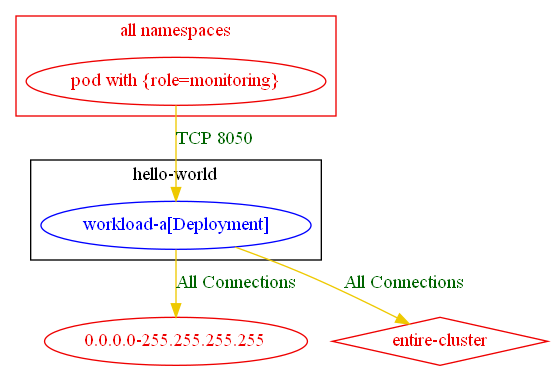
Before: test_outputs/connlist/exposure_test_conn_with_pod_selector_in_any_ns_connlist_output.dot.png, a diagram exported from Graphviz (np-guard/netpol-analyzer). Its source is kept beside it as test_outputs/connlist/exposure_test_conn_with_pod_selector_in_any_ns_connlist_output.dot.
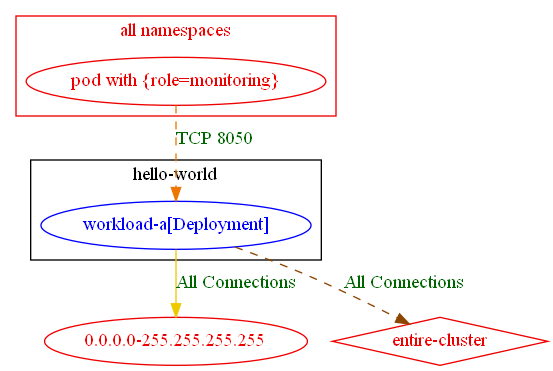
The same diagram one commit later.

The edit, as a diff of the source:
```diff
@@ -14,6 +14,6 @@
 	"0.0.0.0-255.255.255.255" [label="0.0.0.0-255.255.255.255" color="red2" fontcolor="red2"]
 	"entire-cluster" [label="entire-cluster" color="red2" fontcolor="red2" shape=diamond]
 	"hello-world/workload-a[Deployment]" -> "0.0.0.0-255.255.255.255" [label="All Connections" color="gold2" fontcolor="darkgreen"]
-	"hello-world/workload-a[Deployment]" -> "entire-cluster" [label="All Connections" color="gold2" fontcolor="darkgreen" weight=0.5]
-	"pod with {role=monitoring}_in_all namespaces" -> "hello-world/workload-a[Deployment]" [label="TCP 8050" color="gold2" fontcolor="darkgreen" weight=1]
+	"hello-world/workload-a[Deployment]" -> "entire-cluster" [label="All Connections" color="darkorange4" fontcolor="darkgreen" weight=0.5 style=dashed]
+	"pod with {role=monitoring}_in_all namespaces" -> "hello-world/workload-a[Deployment]" [label="TCP 8050" color="darkorange2" fontcolor="darkgreen" weight=1 style=dashed]
 }
```
